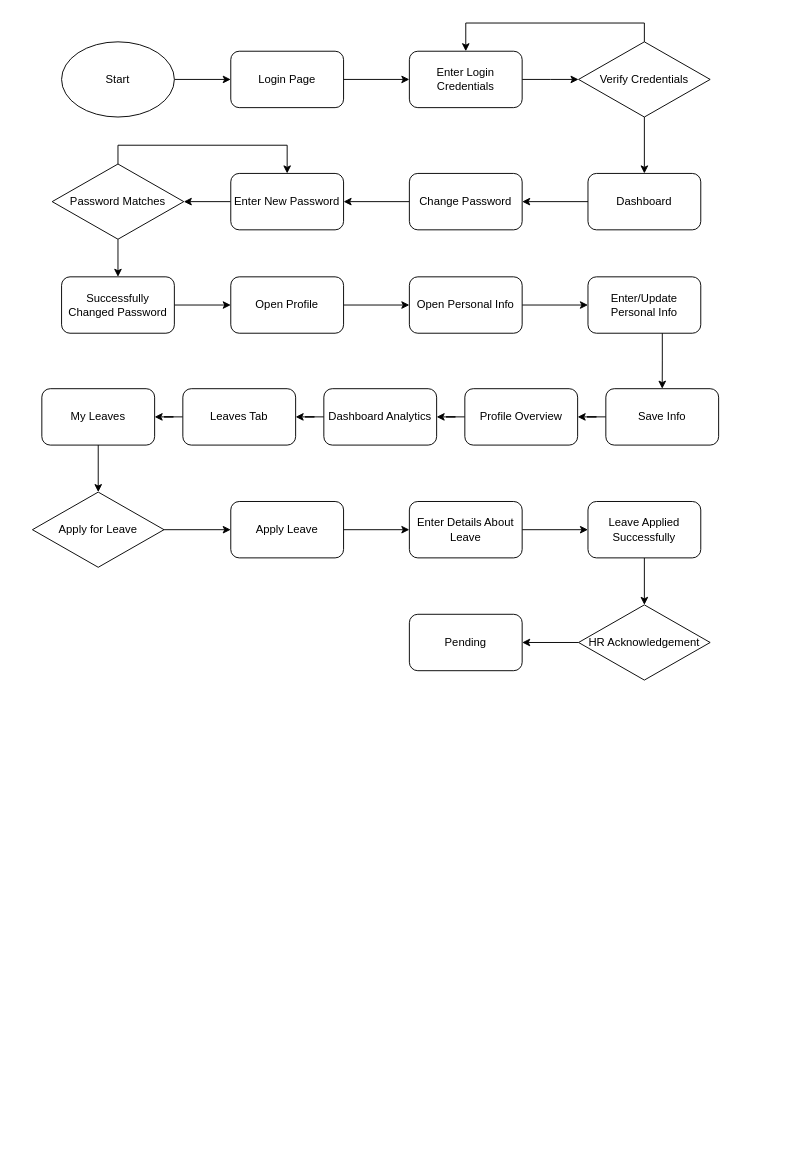
Before: Untitled Diagram.drawio in salman141/SQAProject, a draw.io diagram. Source tidied: cells renumbered, new cells numbered last; positions are measured from the earlier drawing's top-left corner, leaving out a move shared by most shapes. Both pictures are drawn from the tidied source at 94%, with x=0, y=0 at pixel (32, 23).
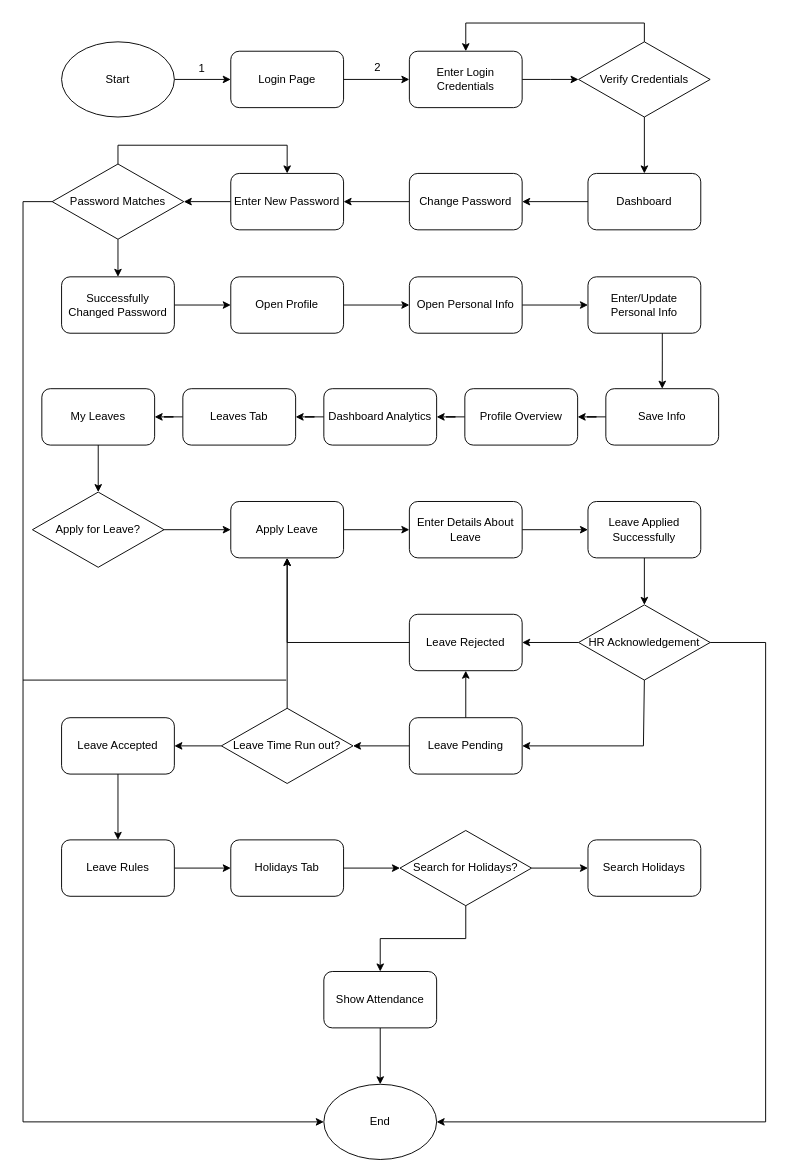
Above is the later version.

The change refers to these unchanged cells:
```xml
<mxCell id="18" value="Password Matches" style="rhombus;whiteSpace=wrap;html=1;" parent="1" vertex="1">
  <mxGeometry x="21" y="150" width="140" height="80" as="geometry" />
</mxCell>
<mxCell id="41" value="Apply Leave" style="rounded=1;whiteSpace=wrap;html=1;" parent="1" vertex="1">
  <mxGeometry x="211" y="509" width="120" height="60" as="geometry" />
</mxCell>
<mxCell id="47" value="HR Acknowledgement" style="rhombus;whiteSpace=wrap;html=1;" parent="1" vertex="1">
  <mxGeometry x="581" y="619" width="140" height="80" as="geometry" />
</mxCell>
```

Change to the diagram source:
```diff
@@
-    <mxCell id="39" value="Apply for Leave" style="rhombus;whiteSpace=wrap;html=1;" parent="1" vertex="1">
+    <mxCell id="39" value="Apply for Leave?" style="rhombus;whiteSpace=wrap;html=1;" parent="1" vertex="1">
       <mxGeometry y="499" width="140" height="80" as="geometry" />
     </mxCell>
@@
-    <mxCell id="48" value="Pending" style="rounded=1;whiteSpace=wrap;html=1;" parent="1" vertex="1">
+    <mxCell id="48" value="Leave Rejected" style="rounded=1;whiteSpace=wrap;html=1;" parent="1" vertex="1">
       <mxGeometry x="401" y="629" width="120" height="60" as="geometry" />
     </mxCell>
+    <mxCell id="49" style="edgeStyle=orthogonalEdgeStyle;rounded=0;jettySize=auto;html=1;" parent="1" edge="1" source="51" target="48">
+      <mxGeometry relative="1" as="geometry" />
+    </mxCell>
+    <mxCell id="50" style="edgeStyle=orthogonalEdgeStyle;rounded=0;jettySize=auto;html=1;" parent="1" edge="1" source="51" target="55">
+      <mxGeometry relative="1" as="geometry" />
+    </mxCell>
+    <mxCell id="51" value="Leave Pending" style="rounded=1;whiteSpace=wrap;html=1;" parent="1" vertex="1">
+      <mxGeometry x="401" y="739" width="120" height="60" as="geometry" />
+    </mxCell>
+    <mxCell id="52" style="endArrow=classic;html=1;rounded=0;entryX=1;entryY=0.5;entryDx=0;entryDy=0;exitX=0.5;exitY=1;exitDx=0;exitDy=0;" parent="1" edge="1" source="47" target="51">
+      <mxGeometry relative="1" as="geometry">
+        <Array as="points">
+          <mxPoint x="650" y="769" />
+        </Array>
+      </mxGeometry>
+    </mxCell>
+    <mxCell id="53" style="endArrow=classic;html=1;rounded=0;entryX=0.5;entryY=1;entryDx=0;entryDy=0;exitX=0;exitY=0.5;exitDx=0;exitDy=0;" parent="1" edge="1" source="48" target="41">
+      <mxGeometry relative="1" as="geometry">
+        <Array as="points">
+          <mxPoint x="271" y="659" />
+        </Array>
+      </mxGeometry>
+    </mxCell>
+    <mxCell id="54" style="edgeStyle=orthogonalEdgeStyle;rounded=0;jettySize=auto;html=1;" parent="1" edge="1" source="55" target="58">
+      <mxGeometry relative="1" as="geometry" />
+    </mxCell>
+    <mxCell id="55" value="Leave Time Run out?" style="rhombus;whiteSpace=wrap;html=1;" parent="1" vertex="1">
+      <mxGeometry x="201" y="729" width="140" height="80" as="geometry" />
+    </mxCell>
+    <mxCell id="56" style="endArrow=classic;html=1;rounded=0;entryX=0.5;entryY=1;entryDx=0;entryDy=0;exitX=0.5;exitY=0;exitDx=0;exitDy=0;" parent="1" edge="1" source="55" target="41">
+      <mxGeometry relative="1" as="geometry" />
+    </mxCell>
+    <mxCell id="57" style="edgeStyle=orthogonalEdgeStyle;rounded=0;jettySize=auto;html=1;" parent="1" edge="1" source="58" target="60">
+      <mxGeometry relative="1" as="geometry" />
+    </mxCell>
+    <mxCell id="58" value="Leave Accepted" style="rounded=1;whiteSpace=wrap;html=1;" parent="1" vertex="1">
+      <mxGeometry x="31" y="739" width="120" height="60" as="geometry" />
+    </mxCell>
+    <mxCell id="59" style="edgeStyle=orthogonalEdgeStyle;rounded=0;jettySize=auto;html=1;" parent="1" edge="1" source="60" target="64">
+      <mxGeometry relative="1" as="geometry" />
+    </mxCell>
+    <mxCell id="60" value="Leave Rules" style="rounded=1;whiteSpace=wrap;html=1;" parent="1" vertex="1">
+      <mxGeometry x="31" y="869" width="120" height="60" as="geometry" />
+    </mxCell>
+    <mxCell id="61" value="1" style="text;html=1;align=center;verticalAlign=middle;strokeColor=none;fillColor=none;" parent="1" vertex="1">
+      <mxGeometry x="165" y="34" width="30" height="30" as="geometry" />
+    </mxCell>
+    <mxCell id="62" value="2" style="text;html=1;align=center;verticalAlign=middle;strokeColor=none;fillColor=none;" parent="1" vertex="1">
+      <mxGeometry x="352" y="33" width="30" height="30" as="geometry" />
+    </mxCell>
+    <mxCell id="63" style="edgeStyle=orthogonalEdgeStyle;rounded=0;jettySize=auto;html=1;" parent="1" edge="1" source="64" target="67">
+      <mxGeometry relative="1" as="geometry" />
+    </mxCell>
+    <mxCell id="64" value="Holidays Tab" style="rounded=1;whiteSpace=wrap;html=1;" parent="1" vertex="1">
+      <mxGeometry x="211" y="869" width="120" height="60" as="geometry" />
+    </mxCell>
+    <mxCell id="65" style="edgeStyle=orthogonalEdgeStyle;rounded=0;jettySize=auto;html=1;" parent="1" edge="1" source="67" target="68">
+      <mxGeometry relative="1" as="geometry" />
+    </mxCell>
+    <mxCell id="66" style="edgeStyle=orthogonalEdgeStyle;rounded=0;jettySize=auto;html=1;" parent="1" edge="1" source="67" target="70">
+      <mxGeometry relative="1" as="geometry" />
+    </mxCell>
+    <mxCell id="67" value="Search for Holidays?" style="rhombus;whiteSpace=wrap;html=1;" parent="1" vertex="1">
+      <mxGeometry x="391" y="859" width="140" height="80" as="geometry" />
+    </mxCell>
+    <mxCell id="68" value="Search Holidays" style="rounded=1;whiteSpace=wrap;html=1;" parent="1" vertex="1">
+      <mxGeometry x="591" y="869" width="120" height="60" as="geometry" />
+    </mxCell>
+    <mxCell id="69" style="edgeStyle=orthogonalEdgeStyle;rounded=0;jettySize=auto;html=1;" parent="1" edge="1" source="70" target="73">
+      <mxGeometry relative="1" as="geometry" />
+    </mxCell>
+    <mxCell id="70" value="Show Attendance" style="rounded=1;whiteSpace=wrap;html=1;" parent="1" vertex="1">
+      <mxGeometry x="310" y="1009" width="120" height="60" as="geometry" />
+    </mxCell>
+    <mxCell id="71" style="endArrow=classic;html=1;rounded=0;exitX=0;exitY=0.5;exitDx=0;exitDy=0;entryX=0;entryY=0.5;entryDx=0;entryDy=0;" parent="1" edge="1" source="18" target="73">
+      <mxGeometry relative="1" as="geometry">
+        <Array as="points">
+          <mxPoint x="-10" y="190" />
+          <mxPoint x="-10" y="1169" />
+        </Array>
+      </mxGeometry>
+    </mxCell>
+    <mxCell id="72" style="endArrow=classic;html=1;rounded=0;entryX=1;entryY=0.5;entryDx=0;entryDy=0;exitX=1;exitY=0.5;exitDx=0;exitDy=0;" parent="1" edge="1" source="47" target="73">
+      <mxGeometry relative="1" as="geometry">
+        <Array as="points">
+          <mxPoint x="780" y="659" />
+          <mxPoint x="780" y="1169" />
+        </Array>
+      </mxGeometry>
+    </mxCell>
+    <mxCell id="73" value="End" style="ellipse;whiteSpace=wrap;html=1;" parent="1" vertex="1">
+      <mxGeometry x="310" y="1129" width="120" height="80" as="geometry" />
+    </mxCell>
+    <mxCell id="74" style="endArrow=none;html=1;rounded=0;" parent="1" edge="1">
+      <mxGeometry relative="1" as="geometry">
+        <mxPoint x="-10" y="699" as="sourcePoint" />
+        <mxPoint x="270" y="699" as="targetPoint" />
+      </mxGeometry>
+    </mxCell>
```
